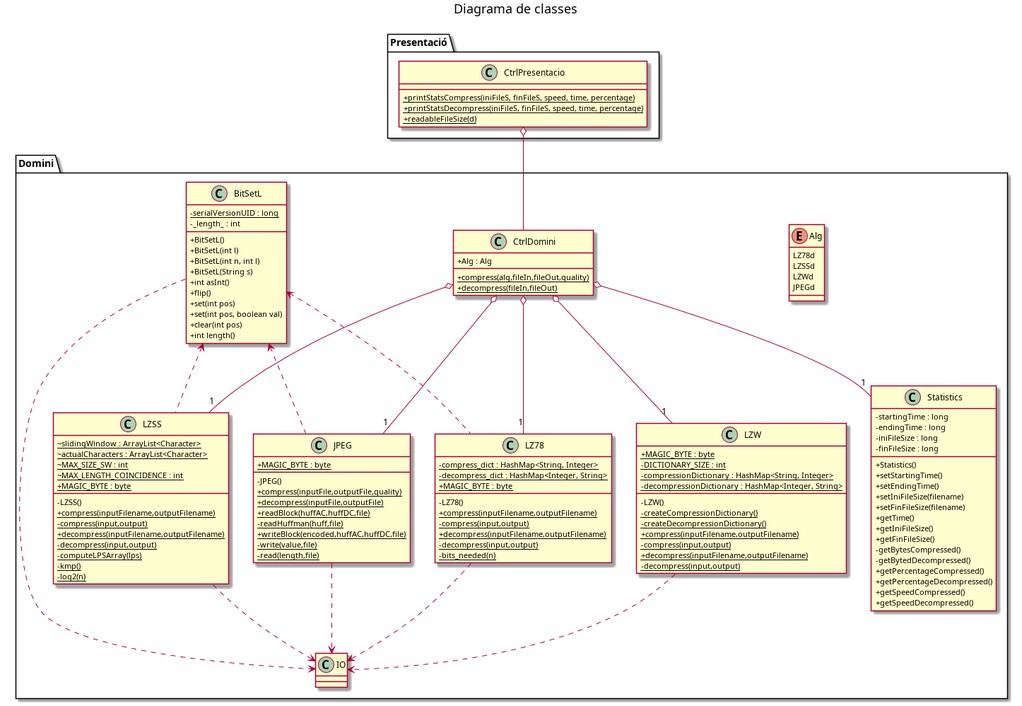
Earlier version of the PlantUML export doc/UML/DiagramaClasses.png (Leixb/UPC-PROP_Compressor).
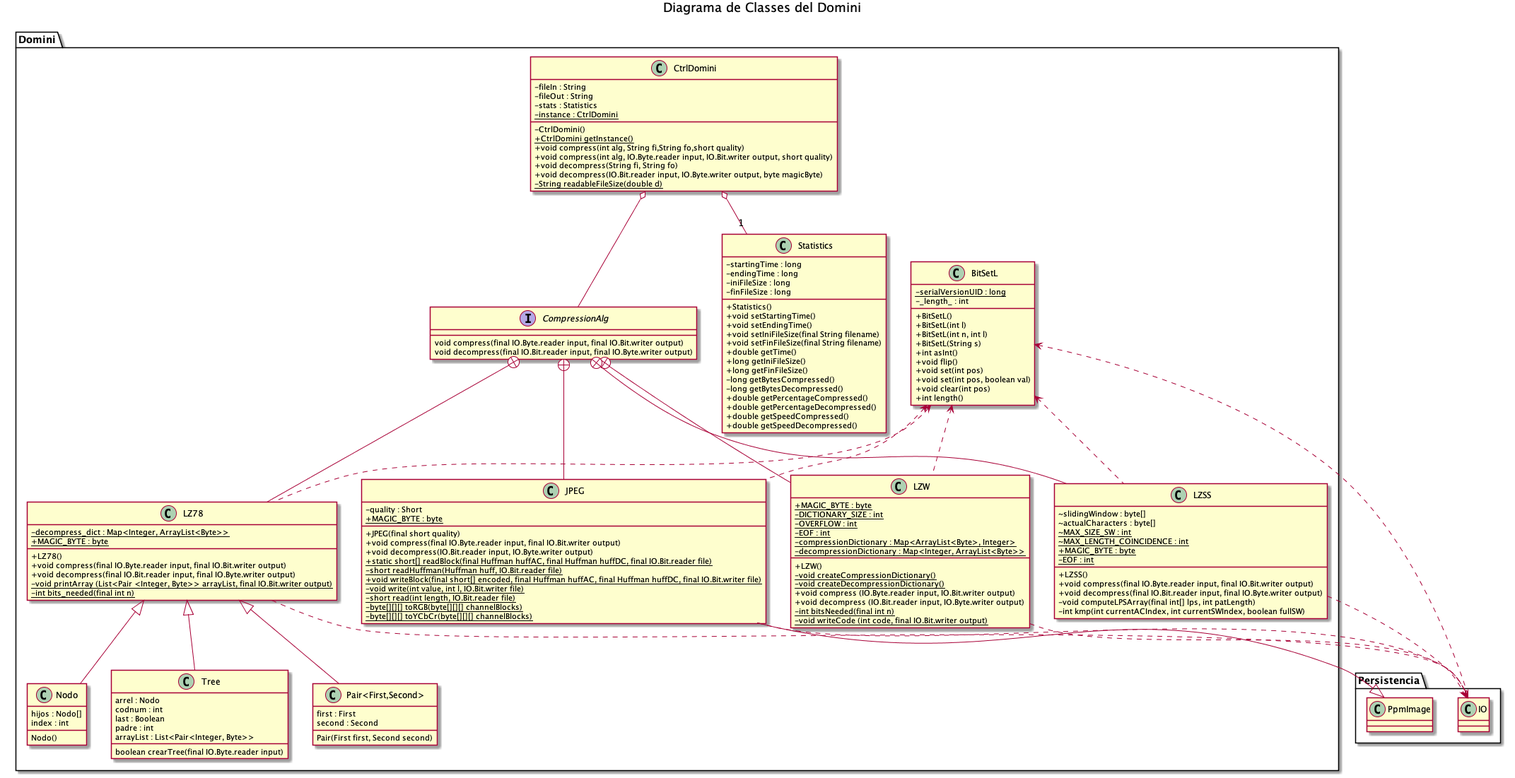
After the change.

The edit, as a diff of the source:
```diff
@@ -1,79 +1,80 @@
 @startuml
 
 skinparam classAttributeIconSize 0
+skinparam genericDisplay old
 
-title Diagrama de classes
+title Diagrama de Classes del Domini
 
-package Presentació {
-    class "CtrlPresentacio" as CPre {
-        {static}+printStatsCompress(iniFileS, finFileS, speed, time, percentage)
-        {static}+printStatsDecompress(iniFileS, finFileS, speed, time, percentage)
-        {static}+readableFileSize(d)
-    }
+package Persistencia {
+    class IO
+    class PpmImage
 }
 
 package Domini {
-    enum Alg {
-        LZ78d
-        LZSSd
-        LZWd
-        JPEGd
-    }
     class "CtrlDomini" as CDom {
-        + Alg : Alg
-        {static}+compress(alg,fileIn,fileOut,quality)
-        {static}+decompress(fileIn,fileOut)
+        -fileIn : String
+        -fileOut : String
+        -stats : Statistics
+        {static}-instance : CtrlDomini
+        -CtrlDomini()
+        {static} + CtrlDomini getInstance()
+        +void compress(int alg, String fi,String fo,short quality)
+        +void compress(int alg, IO.Byte.reader input, IO.Bit.writer output, short quality)
+        +void decompress(String fi, String fo)
+        +void decompress(IO.Bit.reader input, IO.Byte.writer output, byte magicByte)
+        {static}-String readableFileSize(double d)
     }
     class JPEG {
+        - quality : Short
         {static}+MAGIC_BYTE : byte
-        - JPEG()
-        {static}+compress(inputFile,outputFile,quality)
-        {static}+decompress(inputFile,outputFile)
-        {static}+readBlock(huffAC,huffDC,file)
-        {static}-readHuffman(huff,file)
-        {static}+writeBlock(encoded,huffAC,huffDC,file)
-        {static}-write(value,file)
-        {static}-read(length,file)
+        +JPEG(final short quality)
+        +void compress(final IO.Byte.reader input, final IO.Bit.writer output)
+        +void decompress(IO.Bit.reader input, IO.Byte.writer output)
+        {static}+static short[] readBlock(final Huffman huffAC, final Huffman huffDC, final IO.Bit.reader file)
+        {static}-short readHuffman(Huffman huff, IO.Bit.reader file)
+        {static}+void writeBlock(final short[] encoded, final Huffman huffAC, final Huffman huffDC, final IO.Bit.writer file)
+        {static}-void write(int value, int l, IO.Bit.writer file)
+        {static}-short read(int length, IO.Bit.reader file)
+        {static}-byte[][][] toRGB(byte[][][] channelBlocks)
+        {static}-byte[][][] toYCbCr(byte[][][] channelBlocks)
     }
     class LZ78 {
-        {static}- compress_dict : HashMap<String, Integer>
-        {static}- decompress_dict : HashMap<Integer, String>
-        {static}+ MAGIC_BYTE : byte
-        -LZ78()
-        {static}+ compress(inputFilename,outputFilename)
-        {static}- compress(input,output)
-        {static}+ decompress(inputFilename,outputFilename)
-        {static}- decompress(input,output)
-        {static}- bits_needed(n)
+        {static}-decompress_dict : Map<Integer, ArrayList<Byte>>
+        {static}+MAGIC_BYTE : byte
+        +LZ78()
+        +void compress(final IO.Byte.reader input, final IO.Bit.writer output)
+        +void decompress(final IO.Bit.reader input, final IO.Byte.writer output)
+        {static}-void printArray (List<Pair <Integer, Byte>> arrayList, final IO.Bit.writer output)
+        {static}-int bits_needed(final int n)
 
     }
     class LZW {
         {static}+ MAGIC_BYTE : byte
         {static}-DICTIONARY_SIZE : int
-        {static}-compressionDictionary : HashMap<String, Integer>
-        {static}-decompressionDictionary : HashMap<Integer, String>
-        -LZW()
-        {static}-createCompressionDictionary()
-        {static}-createDecompressionDictionary()
-        {static}+ compress(inputFilename,outputFilename)
-        {static}- compress(input,output)
-        {static}+ decompress(inputFilename,outputFilename)
-        {static}- decompress(input,output)
+        {static}-OVERFLOW : int
+        {static}-EOF : int
+        {static}-compressionDictionary : Map<ArrayList<Byte>, Integer>
+        {static}-decompressionDictionary : Map<Integer, ArrayList<Byte>>
+        +LZW()
+        {static}-void createCompressionDictionary()
+        {static}-void createDecompressionDictionary()
+        +void compress (IO.Byte.reader input, IO.Bit.writer output)
+        +void decompress (IO.Bit.reader input, IO.Byte.writer output)
+        {static}-int bitsNeeded(final int n)
+        {static}-void writeCode (int code, final IO.Bit.writer output)
     }
     class LZSS {
-        {static}~ slidingWindow : ArrayList<Character>
-        {static}~ actualCharacters : ArrayList<Character>
+        ~ slidingWindow : byte[]
+        ~ actualCharacters : byte[]
         {static}~ MAX_SIZE_SW : int
         {static}~ MAX_LENGTH_COINCIDENCE : int
         {static}+ MAGIC_BYTE : byte
-        -LZSS()
-        {static}+ compress(inputFilename,outputFilename)
-        {static}- compress(input,output)
-        {static}+ decompress(inputFilename,outputFilename)
-        {static}- decompress(input,output)
-        {static}- computeLPSArray(lps)
-        {static}- kmp()
-        {static}- log2(n)
+        {static}-EOF : int
+        +LZSS()
+        +void compress(final IO.Byte.reader input, final IO.Bit.writer output)
+        +void decompress(final IO.Bit.reader input, final IO.Byte.writer output)
+        -void computeLPSArray(final int[] lps, int patLength)
+        -int kmp(int currentACIndex, int currentSWIndex, boolean fullSW)
     }
     class Statistics {
         -startingTime : long
@@ -81,21 +82,19 @@
         -iniFileSize : long
         -finFileSize : long
         +Statistics()
-        +setStartingTime()
-        +setEndingTime()
-        +setIniFileSize(filename)
-        +setFinFileSize(filename)
-        +getTime()
-        +getIniFileSize()
-        +getFinFileSize()
-        -getBytesCompressed()
-        -getBytedDecompressed()
-        +getPercentageCompressed()
-        +getPercentageDecompressed()
-        +getSpeedCompressed()
-        +getSpeedDecompressed()
-    }
-    class IO {
+        +void setStartingTime()
+        +void setEndingTime()
+        +void setIniFileSize(final String filename)
+        +void setFinFileSize(final String filename)
+        +double getTime()
+        +long getIniFileSize()
+        +long getFinFileSize()
+        -long getBytesCompressed()
+        -long getBytesDecompressed()
+        +double getPercentageCompressed()
+        +double getPercentageDecompressed()
+        +double getSpeedCompressed()
+        +double getSpeedDecompressed()
     }
     class BitSetL {
         {static}- serialVersionUID : long
@@ -105,30 +104,59 @@
         +BitSetL(int n, int l)
         +BitSetL(String s)
         +int asInt()
-        +flip()
-        +set(int pos)
-        +set(int pos, boolean val)
-        +clear(int pos)
+        +void flip()
+        +void set(int pos)
+        +void set(int pos, boolean val)
+        +void clear(int pos)
         +int length()
     }
+    -class "Pair<First,Second>" as Pair {
+        first : First
+        second : Second
+        Pair(First first, Second second)
+    }
+    -class Nodo {
+        hijos : Nodo[]
+        index : int
+        Nodo()
+    }
+    -class Tree {
+        arrel : Nodo
+        codnum : int
+        last : Boolean
+        padre : int
+        arrayList : List<Pair<Integer, Byte>>
+        boolean crearTree(final IO.Byte.reader input)
+    }
+    interface CompressionAlg {
+        void compress(final IO.Byte.reader input, final IO.Bit.writer output)
+        void decompress(final IO.Bit.reader input, final IO.Byte.writer output)
+    }
 
-    CDom o-- "1" LZ78
-    CDom o-- "1" LZW
-    CDom o-- "1" LZSS
-    CDom o-- "1" JPEG
     CDom o-- "1" Statistics
+    CDom o-- CompressionAlg
 
-    CPre o-- CDom
+    CompressionAlg +-- LZ78
+    CompressionAlg +-- LZW
+    CompressionAlg +-- LZSS
+    CompressionAlg +-- JPEG
 
     LZ78 ..> IO
     LZSS ..> IO
     LZW ..> IO
     JPEG ..> IO
 
-    BitSetL ..> IO
+    LZ78 <|-- Pair
+    LZ78 <|-- Tree
+    LZ78 <|-- Nodo
+
+    PpmImage <|-- JPEG
+
+    BitSetL <.. IO
     BitSetL <.. LZ78
     BitSetL <.. LZSS
     BitSetL <.. JPEG
+    BitSetL <.. LZW
 }
 
 @enduml
```
